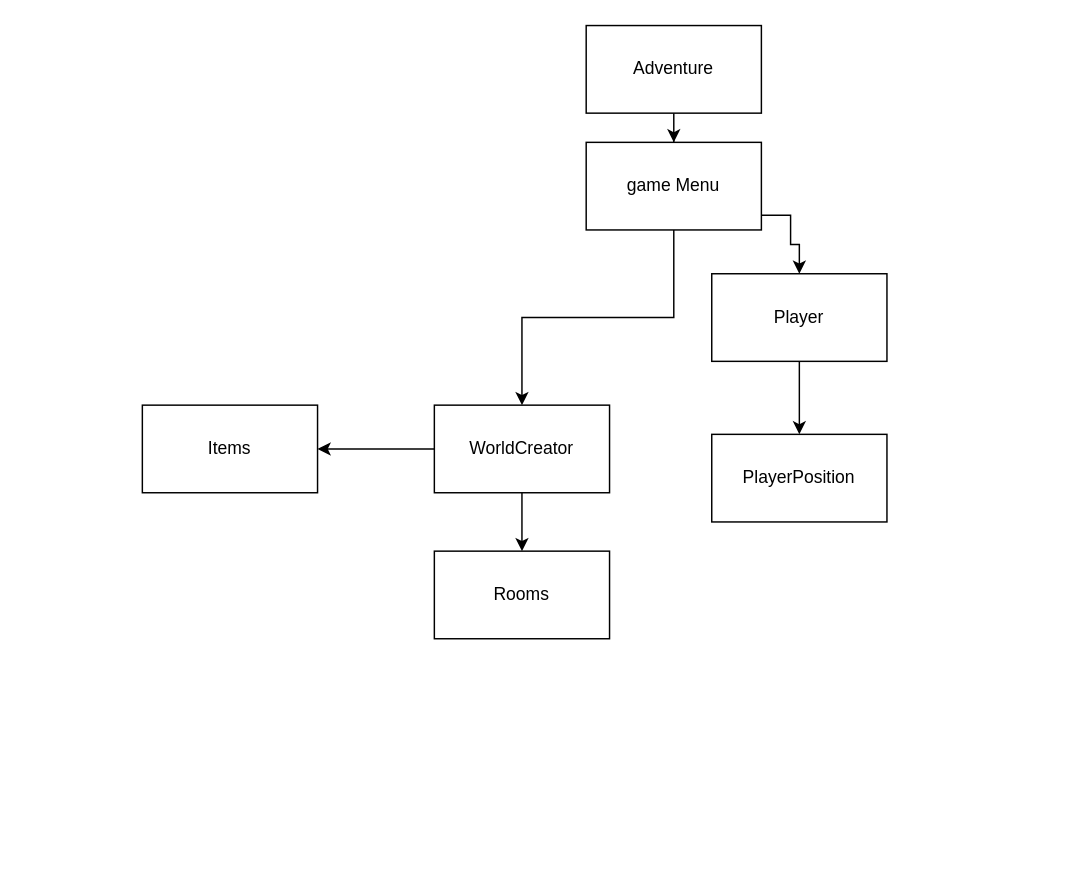
ferh0162/AdventureGame1 keeps this draw.io diagram as Adventure klasses.drawio. Above is the earlier version. Source tidied: cells renumbered, new cells numbered last; positions are measured from the earlier drawing's top-left corner, leaving out a move shared by most shapes. Both pictures are drawn from the tidied source at 146%, with x=0, y=0 at pixel (142, 25).
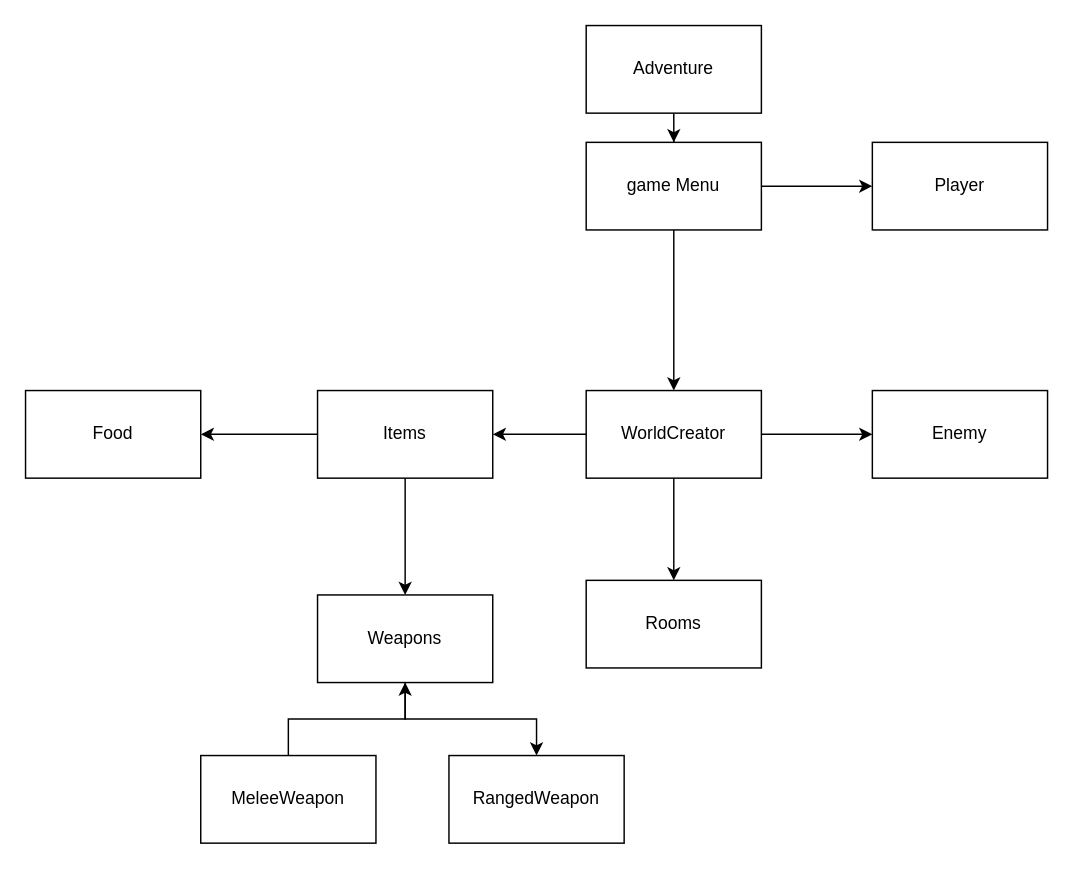
After the change.

The change refers to these unchanged cells:
```xml
<mxCell id="6" value="game Menu" style="whiteSpace=wrap;html=1;rounded=0;" parent="1" vertex="1">
  <mxGeometry x="304" y="80" width="120" height="60" as="geometry" />
</mxCell>
```

Change to the diagram source:
```diff
@@
-    <mxCell id="4" style="edgeStyle=orthogonalEdgeStyle;rounded=0;jettySize=auto;html=1;" parent="1" edge="1" source="6" target="9">
-      <mxGeometry relative="1" as="geometry" />
-    </mxCell>
     <mxCell id="5" style="edgeStyle=orthogonalEdgeStyle;rounded=0;jettySize=auto;html=1;" parent="1" edge="1" source="6" target="12">
-      <mxGeometry relative="1" as="geometry">
-        <Array as="points">
-          <mxPoint x="444" y="130" />
-          <mxPoint x="444" y="150" />
-          <mxPoint x="450" y="150" />
-        </Array>
-      </mxGeometry>
+      <mxGeometry relative="1" as="geometry" />
     </mxCell>
@@
+    <mxCell id="15" style="edgeStyle=orthogonalEdgeStyle;rounded=0;jettySize=auto;html=1;" parent="1" edge="1" source="9" target="24">
+      <mxGeometry relative="1" as="geometry" />
+    </mxCell>
     <mxCell id="9" value="WorldCreator" style="whiteSpace=wrap;html=1;rounded=0;" parent="1" vertex="1">
-      <mxGeometry x="200" y="260" width="120" height="60" as="geometry" />
+      <mxGeometry x="304" y="250" width="120" height="60" as="geometry" />
     </mxCell>
     <mxCell id="10" value="Rooms" style="whiteSpace=wrap;html=1;rounded=0;" parent="1" vertex="1">
-      <mxGeometry x="200" y="360" width="120" height="60" as="geometry" />
+      <mxGeometry x="304" y="380" width="120" height="60" as="geometry" />
     </mxCell>
-    <mxCell id="11" style="edgeStyle=orthogonalEdgeStyle;rounded=0;jettySize=auto;html=1;" parent="1" edge="1" source="12" target="13">
-      <mxGeometry relative="1" as="geometry" />
-    </mxCell>
     <mxCell id="12" value="Player" style="whiteSpace=wrap;html=1;rounded=0;" parent="1" vertex="1">
-      <mxGeometry x="390" y="170" width="120" height="60" as="geometry" />
+      <mxGeometry x="500" y="80" width="120" height="60" as="geometry" />
     </mxCell>
-    <mxCell id="13" value="PlayerPosition" style="whiteSpace=wrap;html=1;rounded=0;" parent="1" vertex="1">
-      <mxGeometry x="390" y="280" width="120" height="60" as="geometry" />
-    </mxCell>
+    <mxCell id="16" style="edgeStyle=orthogonalEdgeStyle;rounded=0;jettySize=auto;html=1;" parent="1" edge="1" source="14" target="19">
+      <mxGeometry relative="1" as="geometry" />
+    </mxCell>
+    <mxCell id="17" style="edgeStyle=orthogonalEdgeStyle;rounded=0;jettySize=auto;html=1;" parent="1" edge="1" source="14" target="23">
+      <mxGeometry relative="1" as="geometry" />
+    </mxCell>
     <mxCell id="14" value="Items" style="whiteSpace=wrap;html=1;rounded=0;" parent="1" vertex="1">
-      <mxGeometry y="260" width="120" height="60" as="geometry" />
+      <mxGeometry x="120" y="250" width="120" height="60" as="geometry" />
     </mxCell>
+    <mxCell id="18" style="edgeStyle=orthogonalEdgeStyle;rounded=0;jettySize=auto;html=1;" parent="1" edge="1" source="19" target="20">
+      <mxGeometry relative="1" as="geometry" />
+    </mxCell>
+    <mxCell id="19" value="Weapons" style="whiteSpace=wrap;html=1;rounded=0;" parent="1" vertex="1">
+      <mxGeometry x="120" y="390" width="120" height="60" as="geometry" />
+    </mxCell>
+    <mxCell id="20" value="RangedWeapon" style="whiteSpace=wrap;html=1;rounded=0;" parent="1" vertex="1">
+      <mxGeometry x="210" y="500" width="120" height="60" as="geometry" />
+    </mxCell>
+    <mxCell id="21" style="edgeStyle=orthogonalEdgeStyle;rounded=0;jettySize=auto;html=1;" parent="1" edge="1" source="22" target="19">
+      <mxGeometry relative="1" as="geometry" />
+    </mxCell>
+    <mxCell id="22" value="MeleeWeapon" style="rounded=0;whiteSpace=wrap;html=1;" parent="1" vertex="1">
+      <mxGeometry x="40" y="500" width="120" height="60" as="geometry" />
+    </mxCell>
+    <mxCell id="23" value="Food" style="whiteSpace=wrap;html=1;rounded=0;" parent="1" vertex="1">
+      <mxGeometry x="-80" y="250" width="120" height="60" as="geometry" />
+    </mxCell>
+    <mxCell id="24" value="Enemy" style="whiteSpace=wrap;html=1;rounded=0;" parent="1" vertex="1">
+      <mxGeometry x="500" y="250" width="120" height="60" as="geometry" />
+    </mxCell>
+    <mxCell id="4" style="endArrow=classic;html=1;rounded=0;entryX=0.5;entryY=0;entryDx=0;entryDy=0;exitX=0.5;exitY=1;exitDx=0;exitDy=0;" parent="1" edge="1" source="6" target="9">
+      <mxGeometry relative="1" as="geometry" />
+    </mxCell>
```
